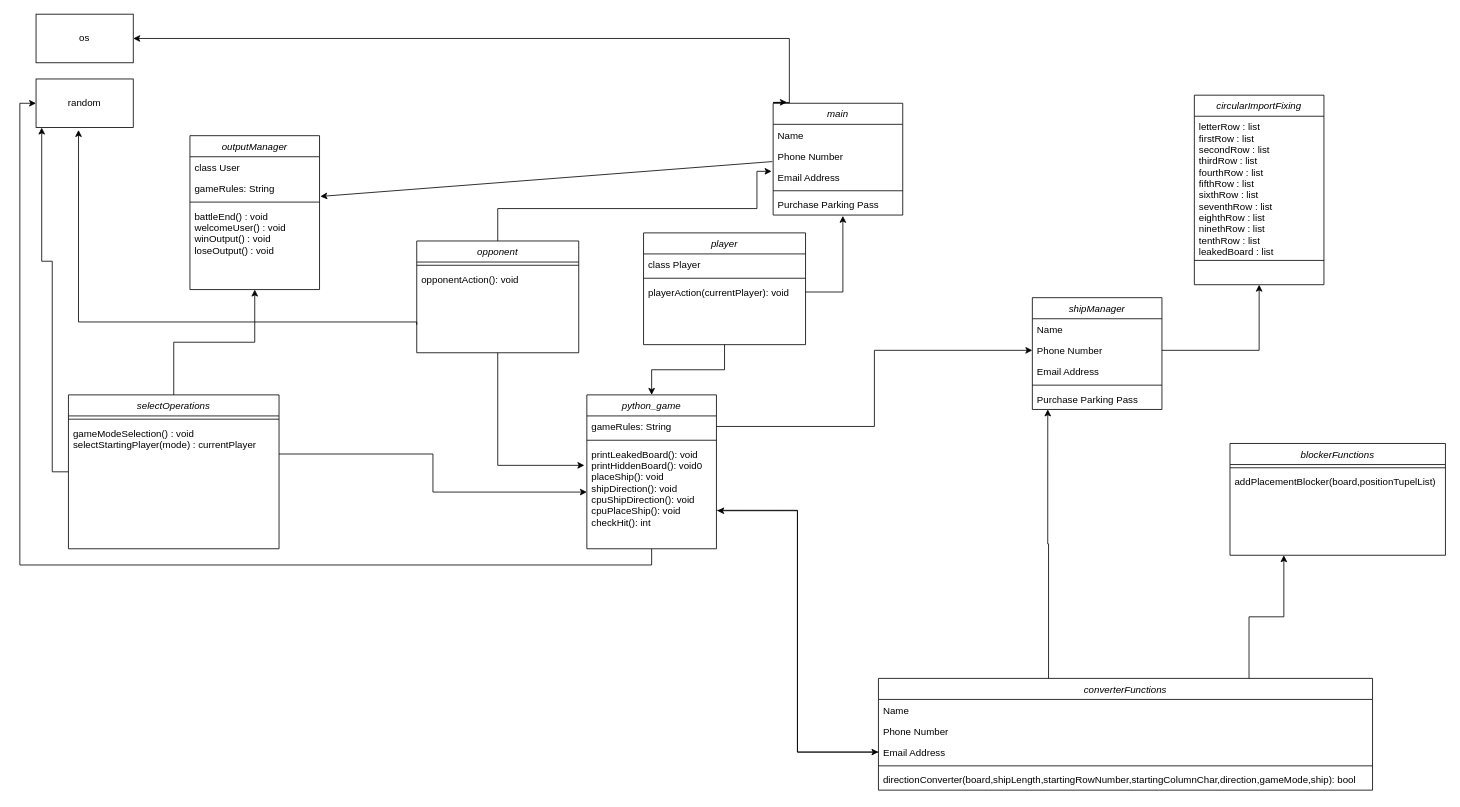
Earlier version of the draw.io diagram classDiagram.drawio (frederik-junk/Python_FleetBattle). Source tidied: cells renumbered, new cells numbered last; positions are measured from the earlier drawing's top-left corner, leaving out a move shared by most shapes. Both pictures are drawn from the tidied source at 81%, with x=0, y=0 at pixel (19, 14).
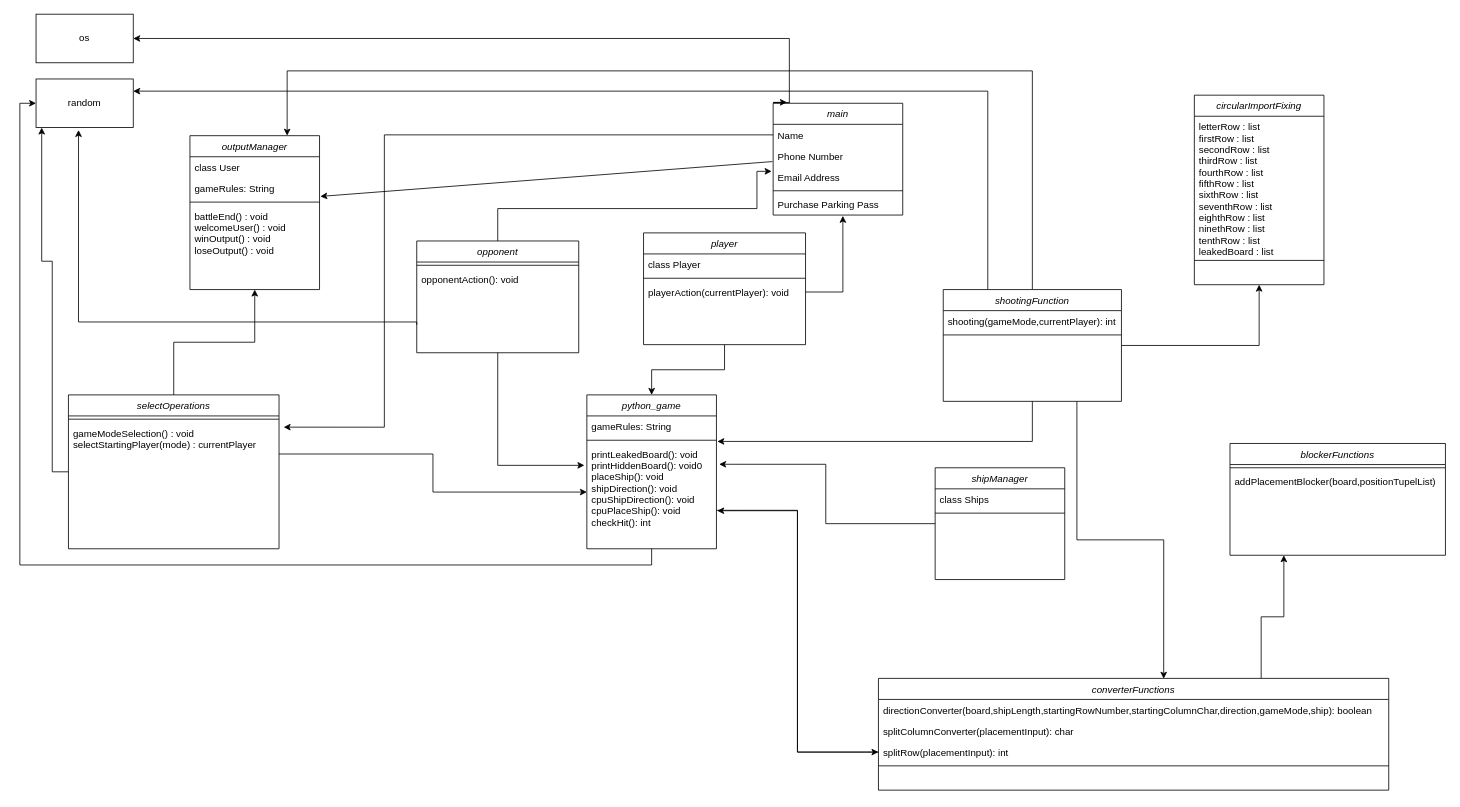
After the change.

Unchanged cells that the change refers to:
```xml
<mxCell id="4" value="Name" style="text;align=left;verticalAlign=top;spacingLeft=4;spacingRight=4;overflow=hidden;points=[[0,0.5],[1,0.5]];portConstraint=eastwest;" parent="3" vertex="1">
  <mxGeometry y="26" width="160" height="26" as="geometry" />
</mxCell>
<mxCell id="20" value="gameModeSelection() : void&#10;selectStartingPlayer(mode) : currentPlayer" style="text;align=left;verticalAlign=top;spacingLeft=4;spacingRight=4;overflow=hidden;points=[[0,0.5],[1,0.5]];portConstraint=eastwest;" parent="18" vertex="1">
  <mxGeometry y="34" width="260" height="78" as="geometry" />
</mxCell>
<mxCell id="23" value="gameRules: String" style="text;align=left;verticalAlign=top;spacingLeft=4;spacingRight=4;overflow=hidden;points=[[0,0.5],[1,0.5]];portConstraint=eastwest;rounded=0;shadow=0;html=0;" parent="22" vertex="1">
  <mxGeometry y="26" width="160" height="26" as="geometry" />
</mxCell>
<mxCell id="25" value="printLeakedBoard(): void&#10;printHiddenBoard(): void0&#10;placeShip(): void&#10;shipDirection(): void&#10;cpuShipDirection(): void&#10;cpuPlaceShip(): void&#10;checkHit(): int" style="text;align=left;verticalAlign=top;spacingLeft=4;spacingRight=4;overflow=hidden;points=[[0,0.5],[1,0.5]];portConstraint=eastwest;" parent="22" vertex="1">
  <mxGeometry y="60" width="160" height="120" as="geometry" />
</mxCell>
<mxCell id="27" value="random" style="rounded=0;whiteSpace=wrap;html=1;" parent="1" vertex="1">
  <mxGeometry x="20" y="80" width="120" height="60" as="geometry" />
</mxCell>
<mxCell id="61" value="circularImportFixing" style="swimlane;fontStyle=2;align=center;verticalAlign=top;horizontal=1;startSize=26;rounded=0;shadow=0;strokeWidth=1;" parent="1" vertex="1">
  <mxGeometry x="1450" y="100" width="160" height="234" as="geometry" />
</mxCell>
```

Change to the diagram source:
```diff
@@
+    <mxCell id="65" style="edgeStyle=orthogonalEdgeStyle;rounded=0;jettySize=auto;html=1;entryX=1.021;entryY=0.214;entryDx=0;entryDy=0;entryPerimeter=0;" parent="1" edge="1" source="30" target="25">
+      <mxGeometry relative="1" as="geometry" />
+    </mxCell>
     <mxCell id="30" value="shipManager" style="swimlane;fontStyle=2;align=center;verticalAlign=top;horizontal=1;startSize=26;rounded=0;shadow=0;strokeWidth=1;" parent="1" vertex="1">
-      <mxGeometry x="1250" y="350" width="160" height="138" as="geometry" />
+      <mxGeometry x="1130" y="560" width="160" height="138" as="geometry" />
     </mxCell>
-    <mxCell id="31" value="Name" style="text;align=left;verticalAlign=top;spacingLeft=4;spacingRight=4;overflow=hidden;" parent="30" vertex="1">
+    <mxCell id="31" value="class Ships" style="text;align=left;verticalAlign=top;spacingLeft=4;spacingRight=4;overflow=hidden;" parent="30" vertex="1">
       <mxGeometry y="26" width="160" height="26" as="geometry" />
     </mxCell>
-    <mxCell id="32" value="Phone Number" style="text;align=left;verticalAlign=top;spacingLeft=4;spacingRight=4;overflow=hidden;points=[[0,0.5],[1,0.5]];portConstraint=eastwest;rounded=0;shadow=0;html=0;" parent="30" vertex="1">
-      <mxGeometry y="52" width="160" height="26" as="geometry" />
-    </mxCell>
-    <mxCell id="33" value="Email Address" style="text;align=left;verticalAlign=top;spacingLeft=4;spacingRight=4;overflow=hidden;rounded=0;shadow=0;html=0;" parent="30" vertex="1">
-      <mxGeometry y="78" width="160" height="26" as="geometry" />
-    </mxCell>
     <mxCell id="34" style="line;html=1;strokeWidth=1;align=left;verticalAlign=middle;spacingTop=-1;spacingLeft=3;spacingRight=3;labelPosition=right;" parent="30" vertex="1">
-      <mxGeometry y="104" width="160" height="8" as="geometry" />
+      <mxGeometry y="52" width="160" height="8" as="geometry" />
     </mxCell>
-    <mxCell id="35" value="Purchase Parking Pass" style="text;align=left;verticalAlign=top;spacingLeft=4;spacingRight=4;overflow=hidden;points=[[0,0.5],[1,0.5]];portConstraint=eastwest;" parent="30" vertex="1">
-      <mxGeometry y="112" width="160" height="26" as="geometry" />
-    </mxCell>
-    <mxCell id="36" style="edgeStyle=orthogonalEdgeStyle;rounded=0;jettySize=auto;html=1;entryX=0.119;entryY=1;entryDx=0;entryDy=0;entryPerimeter=0;" parent="1" edge="1" source="38" target="35">
-      <mxGeometry relative="1" as="geometry">
-        <Array as="points">
-          <mxPoint x="1270" y="654" />
-          <mxPoint x="1269" y="654" />
-        </Array>
-      </mxGeometry>
-    </mxCell>
@@
     <mxCell id="38" value="converterFunctions" style="swimlane;fontStyle=2;align=center;verticalAlign=top;horizontal=1;startSize=26;rounded=0;shadow=0;strokeWidth=1;" parent="1" vertex="1">
-      <mxGeometry x="1060" y="820" width="610" height="138" as="geometry" />
+      <mxGeometry x="1060" y="820" width="630" height="138" as="geometry" />
     </mxCell>
-    <mxCell id="39" value="Name" style="text;align=left;verticalAlign=top;spacingLeft=4;spacingRight=4;overflow=hidden;" parent="38" vertex="1">
-      <mxGeometry y="26" width="610" height="26" as="geometry" />
+    <mxCell id="39" value="directionConverter(board,shipLength,startingRowNumber,startingColumnChar,direction,gameMode,ship): boolean" style="text;align=left;verticalAlign=top;spacingLeft=4;spacingRight=4;overflow=hidden;" parent="38" vertex="1">
+      <mxGeometry y="26" width="630" height="26" as="geometry" />
     </mxCell>
-    <mxCell id="40" value="Phone Number" style="text;align=left;verticalAlign=top;spacingLeft=4;spacingRight=4;overflow=hidden;rounded=0;shadow=0;html=0;" parent="38" vertex="1">
-      <mxGeometry y="52" width="610" height="26" as="geometry" />
+    <mxCell id="40" value="splitColumnConverter(placementInput): char" style="text;align=left;verticalAlign=top;spacingLeft=4;spacingRight=4;overflow=hidden;rounded=0;shadow=0;html=0;" parent="38" vertex="1">
+      <mxGeometry y="52" width="630" height="26" as="geometry" />
     </mxCell>
-    <mxCell id="41" value="Email Address" style="text;align=left;verticalAlign=top;spacingLeft=4;spacingRight=4;overflow=hidden;points=[[0,0.5],[1,0.5]];portConstraint=eastwest;rounded=0;shadow=0;html=0;" parent="38" vertex="1">
-      <mxGeometry y="78" width="610" height="26" as="geometry" />
+    <mxCell id="41" value="splitRow(placementInput): int" style="text;align=left;verticalAlign=top;spacingLeft=4;spacingRight=4;overflow=hidden;points=[[0,0.5],[1,0.5]];portConstraint=eastwest;rounded=0;shadow=0;html=0;" parent="38" vertex="1">
+      <mxGeometry y="78" width="630" height="26" as="geometry" />
     </mxCell>
     <mxCell id="42" style="line;html=1;strokeWidth=1;align=left;verticalAlign=middle;spacingTop=-1;spacingLeft=3;spacingRight=3;labelPosition=right;" parent="38" vertex="1">
-      <mxGeometry y="104" width="610" height="8" as="geometry" />
+      <mxGeometry y="104" width="630" height="8" as="geometry" />
     </mxCell>
-    <mxCell id="43" value="directionConverter(board,shipLength,startingRowNumber,startingColumnChar,direction,gameMode,ship): bool" style="text;align=left;verticalAlign=top;spacingLeft=4;spacingRight=4;overflow=hidden;" parent="38" vertex="1">
-      <mxGeometry y="112" width="610" height="26" as="geometry" />
-    </mxCell>
-    <mxCell id="44" style="edgeStyle=orthogonalEdgeStyle;rounded=0;jettySize=auto;html=1;exitX=1;exitY=0.5;exitDx=0;exitDy=0;entryX=0;entryY=0.5;entryDx=0;entryDy=0;" parent="1" edge="1" source="23" target="32">
-      <mxGeometry relative="1" as="geometry" />
-    </mxCell>
@@
-    <mxCell id="64" style="edgeStyle=orthogonalEdgeStyle;rounded=0;jettySize=auto;html=1;exitX=1;exitY=0.5;exitDx=0;exitDy=0;entryX=0.5;entryY=1;entryDx=0;entryDy=0;" parent="1" edge="1" source="32" target="61">
-      <mxGeometry relative="1" as="geometry" />
-    </mxCell>
+    <mxCell id="66" style="edgeStyle=orthogonalEdgeStyle;rounded=0;jettySize=auto;html=1;entryX=1.022;entryY=0.075;entryDx=0;entryDy=0;entryPerimeter=0;" parent="1" edge="1" source="4" target="20">
+      <mxGeometry relative="1" as="geometry">
+        <Array as="points">
+          <mxPoint x="450" y="149" />
+          <mxPoint x="450" y="510" />
+        </Array>
+      </mxGeometry>
+    </mxCell>
+    <mxCell id="67" style="edgeStyle=orthogonalEdgeStyle;rounded=0;jettySize=auto;html=1;exitX=1;exitY=0.5;exitDx=0;exitDy=0;entryX=0.5;entryY=1;entryDx=0;entryDy=0;" parent="1" edge="1" source="72" target="61">
+      <mxGeometry relative="1" as="geometry" />
+    </mxCell>
+    <mxCell id="68" style="edgeStyle=orthogonalEdgeStyle;rounded=0;jettySize=auto;html=1;exitX=0.75;exitY=1;exitDx=0;exitDy=0;entryX=0.559;entryY=0.003;entryDx=0;entryDy=0;entryPerimeter=0;" parent="1" edge="1" source="72" target="38">
+      <mxGeometry relative="1" as="geometry" />
+    </mxCell>
+    <mxCell id="69" style="edgeStyle=orthogonalEdgeStyle;rounded=0;jettySize=auto;html=1;entryX=1.007;entryY=-0.021;entryDx=0;entryDy=0;entryPerimeter=0;" parent="1" edge="1" source="72" target="25">
+      <mxGeometry relative="1" as="geometry" />
+    </mxCell>
+    <mxCell id="70" style="edgeStyle=orthogonalEdgeStyle;rounded=0;jettySize=auto;html=1;" parent="1" edge="1" source="72">
+      <mxGeometry relative="1" as="geometry">
+        <mxPoint x="330" y="150" as="targetPoint" />
+        <Array as="points">
+          <mxPoint x="1250" y="70" />
+          <mxPoint x="330" y="70" />
+        </Array>
+      </mxGeometry>
+    </mxCell>
+    <mxCell id="71" style="edgeStyle=orthogonalEdgeStyle;rounded=0;jettySize=auto;html=1;exitX=0.25;exitY=0;exitDx=0;exitDy=0;entryX=1;entryY=0.25;entryDx=0;entryDy=0;" parent="1" edge="1" source="72" target="27">
+      <mxGeometry relative="1" as="geometry" />
+    </mxCell>
+    <mxCell id="72" value="shootingFunction" style="swimlane;fontStyle=2;align=center;verticalAlign=top;horizontal=1;startSize=26;rounded=0;shadow=0;strokeWidth=1;" parent="1" vertex="1">
+      <mxGeometry x="1140" y="340" width="220" height="138" as="geometry" />
+    </mxCell>
+    <mxCell id="73" value="shooting(gameMode,currentPlayer): int" style="text;align=left;verticalAlign=top;spacingLeft=4;spacingRight=4;overflow=hidden;" parent="72" vertex="1">
+      <mxGeometry y="26" width="220" height="26" as="geometry" />
+    </mxCell>
+    <mxCell id="74" style="line;html=1;strokeWidth=1;align=left;verticalAlign=middle;spacingTop=-1;spacingLeft=3;spacingRight=3;labelPosition=right;" parent="72" vertex="1">
+      <mxGeometry y="52" width="220" height="8" as="geometry" />
+    </mxCell>
```
